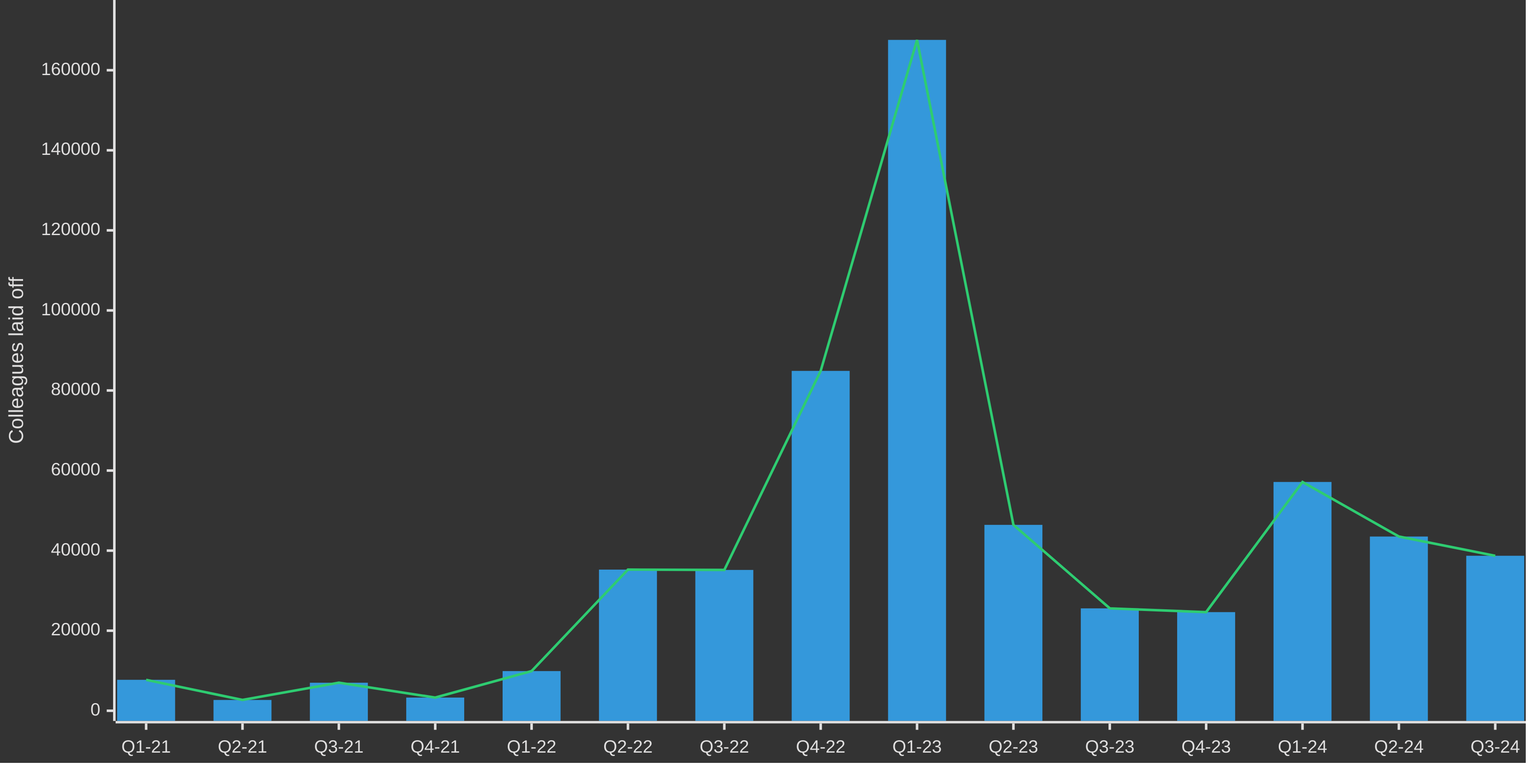
This is slides/assets/img/xy.png from gerald1248/operator-antipattern-slides, a Mermaid export, as it was before one commit. Its source is kept beside it as mermaid/xy.mmd. The source it was exported from:
```mermaid
---
config:
  theme: dark
  xyChart:
    width: 1200
    height: 600
---
xychart-beta
  x-axis [Q1-21, Q2-21, Q3-21, Q4-21, Q1-22, Q2-22, Q3-22, Q4-22, Q1-23, Q2-23, Q3-23, Q4-23, Q1-24, Q2-24, Q3-24]
  y-axis "Colleagues laid off" 0 --> 175000
  bar [7728, 2695, 7000, 3292, 9909, 35257, 35174, 84894, 167574, 46433, 25575, 24638, 57149, 43517, 38716]
  line [7728, 2695, 7000, 3292, 9909, 35257, 35174, 84894, 167574, 46433, 25575, 24638, 57149, 43517, 38716]
```
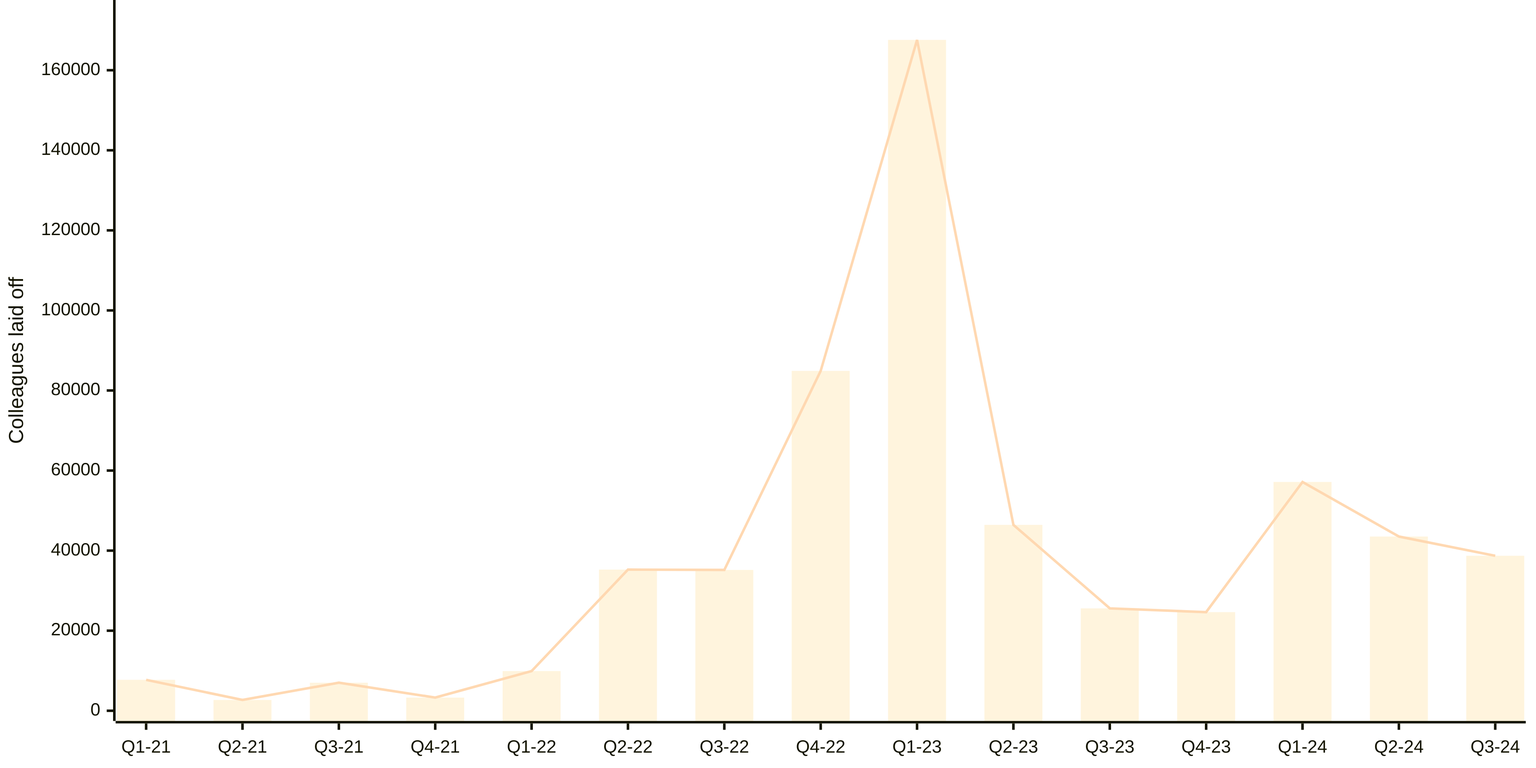
After the commit.

What changed in the source:
```diff
@@ -1,9 +1,14 @@
 ---
 config:
-  theme: dark
+  theme: base
   xyChart:
     width: 1200
     height: 600
+  themeVariables:
+    xyChart:
+      backgroundColor: "transparent"
+      primaryColor: "#fff4dd"
+      plotColorPalette: "#FFF4DD,#FFD8B1,#FFA07A,#ECEFF1,#D6DBDF,#C3E0A8,#FFB6A4,#FFD74D,#738FA7,#FFFFF0"
 ---
 xychart-beta
   x-axis [Q1-21, Q2-21, Q3-21, Q4-21, Q1-22, Q2-22, Q3-22, Q4-22, Q1-23, Q2-23, Q3-23, Q4-23, Q1-24, Q2-24, Q3-24]
```
